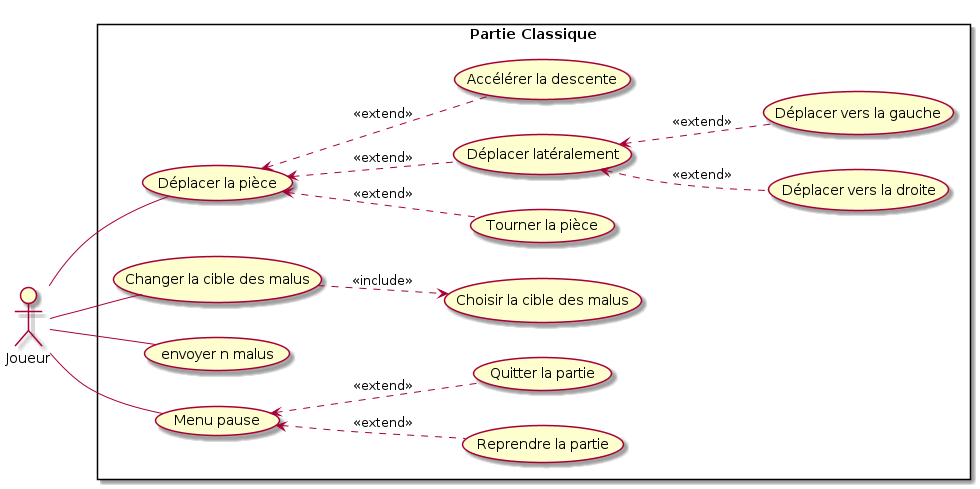
Above: SRD-DOC/uml/usescase/en-jeu/classic.png in ulb-info2-group5/Royal-Blocks (PlantUML), before the change. Its source is kept beside it as SRD-DOC/uml/usescase/en-jeu/classic.plantuml.
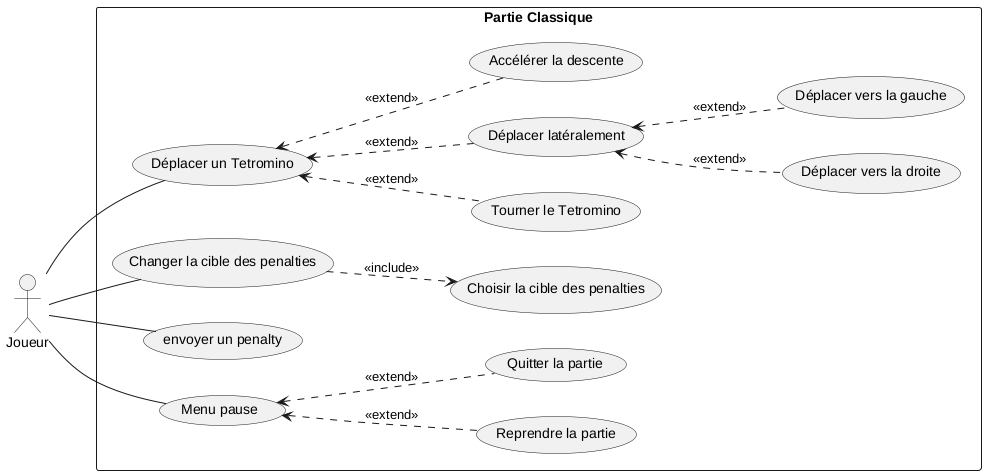
The same file after the commit.

What changed in the source:
```diff
@@ -6,13 +6,13 @@
 
 rectangle "Partie Classique" as game {
 
-    usecase "Déplacer la pièce" as move_piece
-    usecase "Tourner la pièce" as rotate_piece
-    usecase "Changer la cible des malus" as change_malus_target
+    usecase "Déplacer un Tetromino" as move_piece
+    usecase "Tourner le Tetromino" as rotate_piece
+    usecase "Changer la cible des penalties" as change_malus_target
 
-    usecase "Choisir la cible des malus" as choose_malus_target
+    usecase "Choisir la cible des penalties" as choose_malus_target
 
-    usecase "envoyer n malus" as throw_penalty
+    usecase "envoyer un penalty" as throw_penalty
 
     usecase "Déplacer latéralement" as lateral_movement
     usecase "Accélérer la descente" as increase_descent
```
